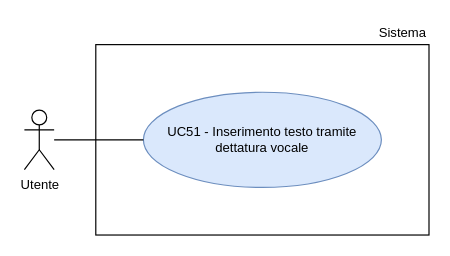
Earlier version of the draw.io diagram RTB/doc_esterna/analisi-dei-requisiti/assets/draw.io/UC51.drawio (thebitless-group-swe/thebitless.github.io). Source tidied: cells renumbered, new cells numbered last; positions are measured from the earlier drawing's top-left corner, leaving out a move shared by most shapes. Both pictures are drawn from the tidied source at 119%, with x=0, y=0 at pixel (24, 20).
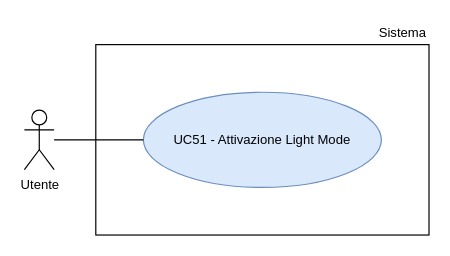
The same page after the edit.

The edit, as a diff of the source:
```diff
@@
 <mxGraphModel>
   <root>
     <mxCell id="0" />
     <mxCell id="1" parent="0" />
     <mxCell id="2" value="Utente" style="shape=umlActor;verticalLabelPosition=bottom;verticalAlign=top;html=1;outlineConnect=0;fontSize=11;" parent="1" vertex="1">
       <mxGeometry y="75" width="25" height="50" as="geometry" />
     </mxCell>
     <mxCell id="3" style="rounded=0;whiteSpace=wrap;html=1;strokeWidth=1;" parent="1" vertex="1">
       <mxGeometry x="60" y="20" width="280" height="160" as="geometry" />
     </mxCell>
     <mxCell id="4" value="Sistema" style="text;html=1;whiteSpace=wrap;strokeColor=none;fillColor=none;align=right;verticalAlign=middle;fontSize=11;" parent="1" vertex="1">
       <mxGeometry x="270" width="70" height="20" as="geometry" />
     </mxCell>
-    <mxCell id="5" value="UC51 - Inserimento testo tramite dettatura vocale" style="ellipse;whiteSpace=wrap;html=1;fillColor=#dae8fc;strokeColor=#6c8ebf;fontSize=11;" parent="1" vertex="1">
+    <mxCell id="5" value="UC51 - Attivazione Light Mode" style="ellipse;whiteSpace=wrap;html=1;fillColor=#dae8fc;strokeColor=#6c8ebf;fontSize=11;" parent="1" vertex="1">
       <mxGeometry x="100" y="60" width="200" height="80" as="geometry" />
     </mxCell>
     <mxCell id="6" style="edgeStyle=none;rounded=0;jettySize=auto;html=1;endArrow=none;endFill=0;" parent="1" edge="1" source="2" target="5">
       <mxGeometry relative="1" as="geometry" />
     </mxCell>
   </root>
 </mxGraphModel>
```
